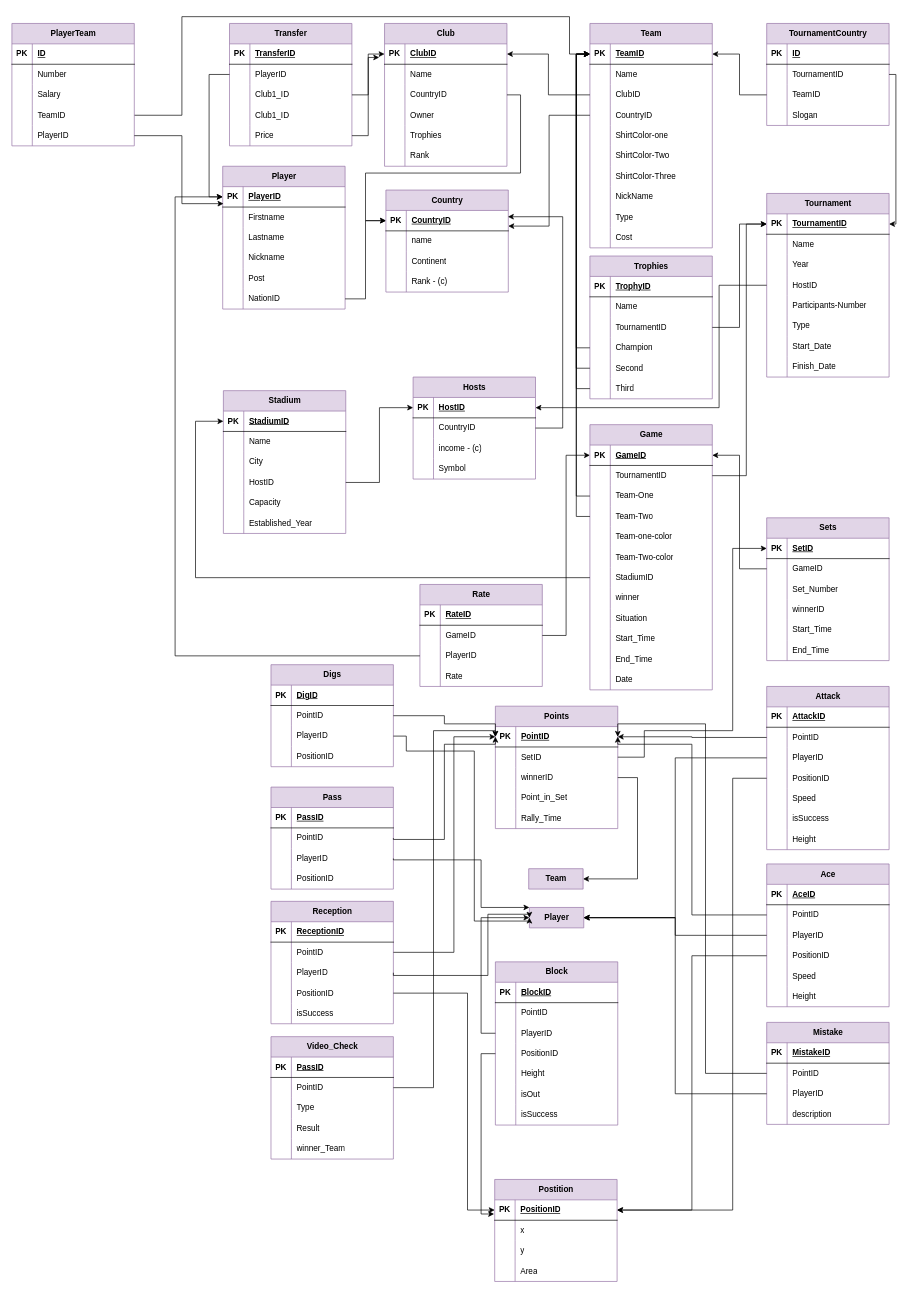
This is page "ER-Diagram" (1 of 2) of DB2_Project_Diagrams.drawio from Matinrezaei/Software-Lab, a draw.io file, before an edit. Source tidied: cells renumbered, new cells numbered last; positions are measured from the earlier drawing's top-left corner, leaving out a move shared by most shapes. Both pictures are drawn from the tidied source at 68%, with x=0, y=0 at pixel (12, 16).
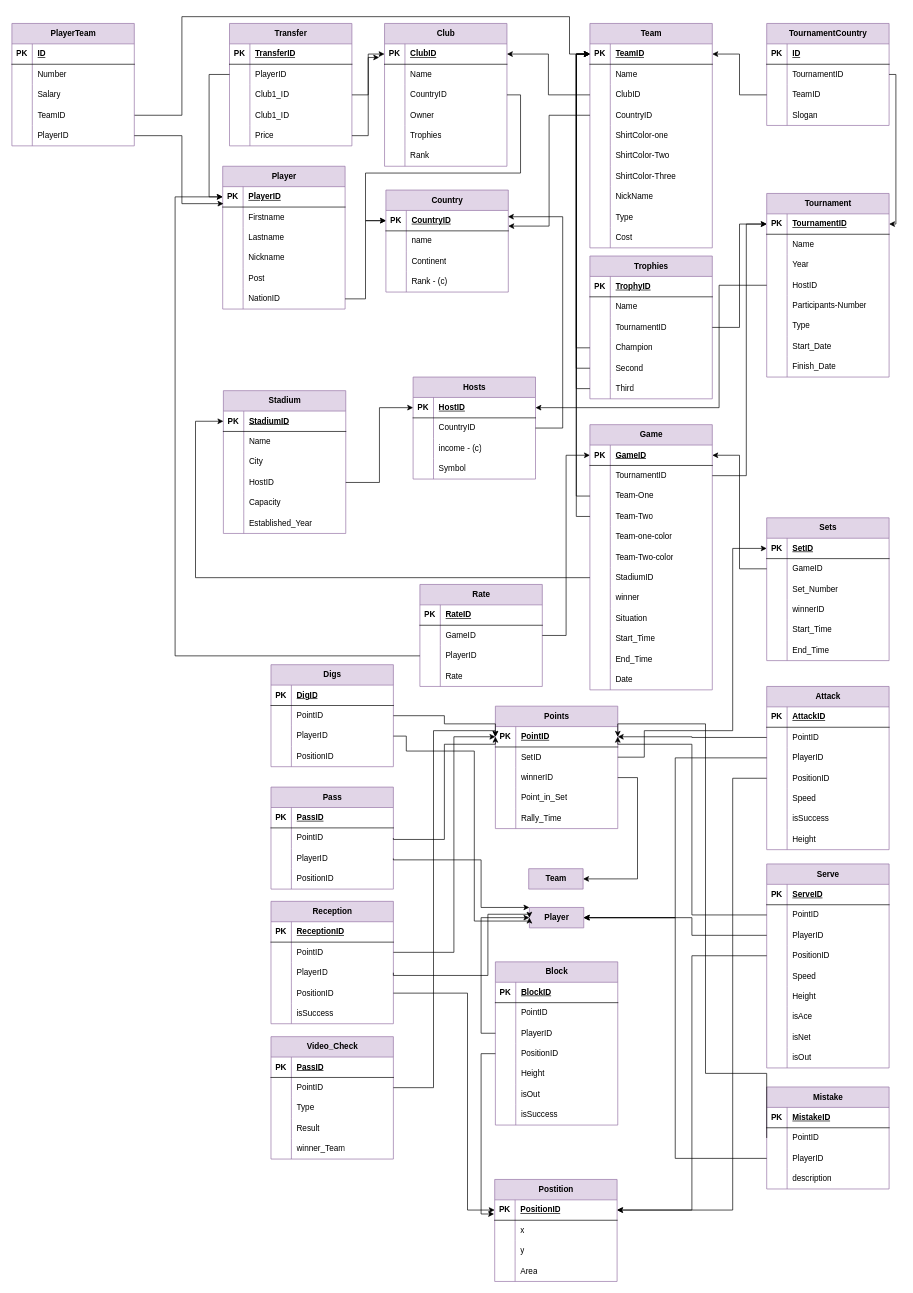
The same diagram, later.

Unchanged cells that the change refers to:
```xml
<mxCell id="162" style="shape=tableRow;horizontal=0;startSize=0;swimlaneHead=0;swimlaneBody=0;fillColor=none;points=[[0,0.5],[1,0.5]];portConstraint=eastwest;top=0;left=0;right=0;bottom=1;" parent="161" vertex="1">
  <mxGeometry y="30" width="180" height="30" as="geometry" />
</mxCell>
<mxCell id="374" style="shape=tableRow;horizontal=0;startSize=0;swimlaneHead=0;swimlaneBody=0;fillColor=none;top=0;left=0;right=0;bottom=1;" parent="373" vertex="1">
  <mxGeometry y="30" width="180" height="30" as="geometry" />
</mxCell>
<mxCell id="380" style="shape=tableRow;horizontal=0;startSize=0;swimlaneHead=0;swimlaneBody=0;fillColor=none;points=[[0,0.5],[1,0.5]];portConstraint=eastwest;top=0;left=0;right=0;bottom=0;" parent="373" vertex="1">
  <mxGeometry y="90" width="180" height="30" as="geometry" />
</mxCell>
<mxCell id="398" style="shape=tableRow;horizontal=0;startSize=0;swimlaneHead=0;swimlaneBody=0;fillColor=none;points=[[0,0.5],[1,0.5]];portConstraint=eastwest;top=0;left=0;right=0;bottom=0;" parent="394" vertex="1">
  <mxGeometry y="60" width="180" height="30" as="geometry" />
</mxCell>
<mxCell id="408" value="Player" style="shape=table;startSize=30;childLayout=tableLayout;rowLines=0;fontStyle=1;align=center;html=1;fillColor=#e1d5e7;strokeColor=#9673a6;" parent="1" vertex="1" collapsed="1">
  <mxGeometry x="761" y="1310" width="80" height="30" as="geometry" />
</mxCell>
```

What changed in the source:
```diff
@@
-    <mxCell id="373" value="Ace" style="shape=table;startSize=30;childLayout=tableLayout;rowLines=0;fontStyle=1;align=center;html=1;fillColor=#e1d5e7;strokeColor=#9673a6;" parent="1" vertex="1">
-      <mxGeometry x="1110" y="1246" width="180" height="210" as="geometry" />
+    <mxCell id="373" value="Serve" style="shape=table;startSize=30;childLayout=tableLayout;rowLines=0;fontStyle=1;align=center;html=1;fillColor=#e1d5e7;strokeColor=#9673a6;" parent="1" vertex="1">
+      <mxGeometry x="1110" y="1246" width="180" height="300" as="geometry" />
     </mxCell>
@@
-    <mxCell id="376" value="AceID" style="shape=partialRectangle;fillColor=none;top=0;left=0;bottom=0;right=0;align=left;spacingLeft=6;fontStyle=5;overflow=hidden;whiteSpace=wrap;html=1;" parent="374" vertex="1">
+    <mxCell id="376" value="ServeID" style="shape=partialRectangle;fillColor=none;top=0;left=0;bottom=0;right=0;align=left;spacingLeft=6;fontStyle=5;overflow=hidden;whiteSpace=wrap;html=1;" parent="374" vertex="1">
       <mxGeometry x="30" width="150" height="30" as="geometry" />
     </mxCell>
@@
+    <mxCell id="484" style="shape=tableRow;horizontal=0;startSize=0;swimlaneHead=0;swimlaneBody=0;fillColor=none;top=0;left=0;right=0;bottom=0;" parent="373" vertex="1">
+      <mxGeometry y="210" width="180" height="30" as="geometry" />
+    </mxCell>
+    <mxCell id="485" style="shape=partialRectangle;fillColor=none;top=0;left=0;bottom=0;right=0;overflow=hidden;whiteSpace=wrap;html=1;" parent="484" vertex="1">
+      <mxGeometry width="30" height="30" as="geometry" />
+    </mxCell>
+    <mxCell id="486" value="isAce" style="shape=partialRectangle;fillColor=none;top=0;left=0;bottom=0;right=0;align=left;spacingLeft=6;overflow=hidden;whiteSpace=wrap;html=1;" parent="484" vertex="1">
+      <mxGeometry x="30" width="150" height="30" as="geometry" />
+    </mxCell>
+    <mxCell id="487" style="shape=tableRow;horizontal=0;startSize=0;swimlaneHead=0;swimlaneBody=0;fillColor=none;top=0;left=0;right=0;bottom=0;" parent="373" vertex="1">
+      <mxGeometry y="240" width="180" height="30" as="geometry" />
+    </mxCell>
+    <mxCell id="488" style="shape=partialRectangle;fillColor=none;top=0;left=0;bottom=0;right=0;overflow=hidden;whiteSpace=wrap;html=1;" parent="487" vertex="1">
+      <mxGeometry width="30" height="30" as="geometry" />
+    </mxCell>
+    <mxCell id="489" value="isNet" style="shape=partialRectangle;fillColor=none;top=0;left=0;bottom=0;right=0;align=left;spacingLeft=6;overflow=hidden;whiteSpace=wrap;html=1;" parent="487" vertex="1">
+      <mxGeometry x="30" width="150" height="30" as="geometry" />
+    </mxCell>
+    <mxCell id="490" style="shape=tableRow;horizontal=0;startSize=0;swimlaneHead=0;swimlaneBody=0;fillColor=none;top=0;left=0;right=0;bottom=0;" parent="373" vertex="1">
+      <mxGeometry y="270" width="180" height="30" as="geometry" />
+    </mxCell>
+    <mxCell id="491" style="shape=partialRectangle;fillColor=none;top=0;left=0;bottom=0;right=0;overflow=hidden;whiteSpace=wrap;html=1;" parent="490" vertex="1">
+      <mxGeometry width="30" height="30" as="geometry" />
+    </mxCell>
+    <mxCell id="492" value="isOut" style="shape=partialRectangle;fillColor=none;top=0;left=0;bottom=0;right=0;align=left;spacingLeft=6;overflow=hidden;whiteSpace=wrap;html=1;" parent="490" vertex="1">
+      <mxGeometry x="30" width="150" height="30" as="geometry" />
+    </mxCell>
@@
     <mxCell id="394" value="Mistake" style="shape=table;startSize=30;childLayout=tableLayout;rowLines=0;fontStyle=1;align=center;html=1;fillColor=#e1d5e7;strokeColor=#9673a6;" parent="1" vertex="1">
-      <mxGeometry x="1110" y="1479" width="180" height="150" as="geometry" />
+      <mxGeometry x="1110" y="1574" width="180" height="150" as="geometry" />
     </mxCell>
@@
-    <mxCell id="407" style="edgeStyle=orthogonalEdgeStyle;rounded=0;jettySize=auto;html=1;entryX=1;entryY=0.5;entryDx=0;entryDy=0;" parent="1" edge="1" source="398" target="162">
+    <mxCell id="407" style="edgeStyle=orthogonalEdgeStyle;rounded=0;jettySize=auto;html=1;entryX=1;entryY=0.5;entryDx=0;entryDy=0;exitX=0;exitY=0.5;exitDx=0;exitDy=0;" parent="1" edge="1" source="398" target="162">
       <mxGeometry relative="1" as="geometry">
         <Array as="points">
           <mxPoint x="1020" y="1554" />
           <mxPoint x="1020" y="1040" />
           <mxPoint x="891" y="1040" />
         </Array>
       </mxGeometry>
     </mxCell>
@@
     <mxCell id="411" style="edgeStyle=orthogonalEdgeStyle;rounded=0;jettySize=auto;html=1;entryX=1;entryY=0.5;entryDx=0;entryDy=0;" parent="1" edge="1" source="380" target="408">
-      <mxGeometry relative="1" as="geometry" />
+      <mxGeometry relative="1" as="geometry">
+        <Array as="points">
+          <mxPoint x="1000" y="1351" />
+          <mxPoint x="1000" y="1325" />
+        </Array>
+      </mxGeometry>
     </mxCell>
```
